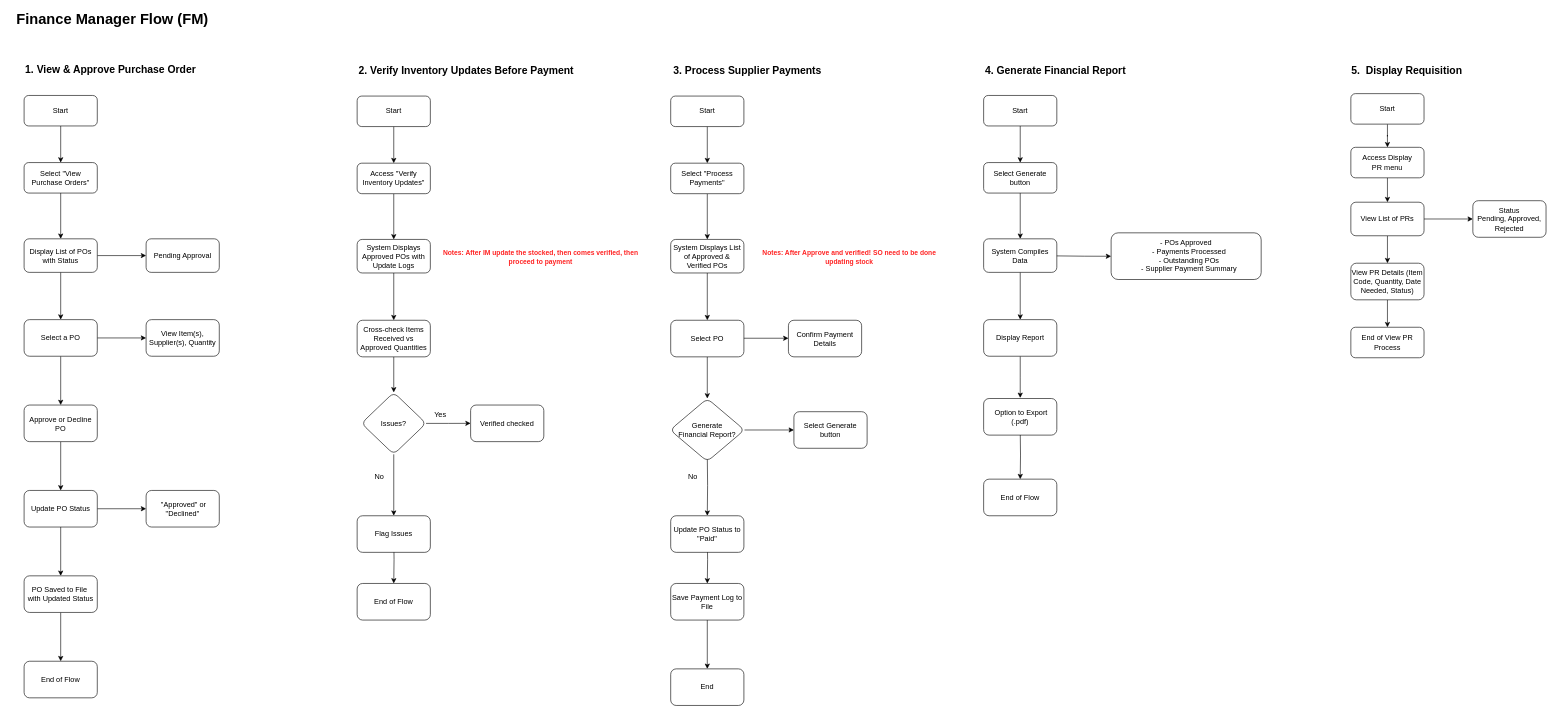
Above: diagram/financeManagerRole.drawio in weiiilunnnn/OWSB (draw.io), before the change. Source tidied: cells renumbered, new cells numbered last; positions are measured from the earlier drawing's top-left corner, leaving out a move shared by most shapes. Both pictures are drawn from the tidied source at 61%, with x=0, y=0 at pixel (10, 10).
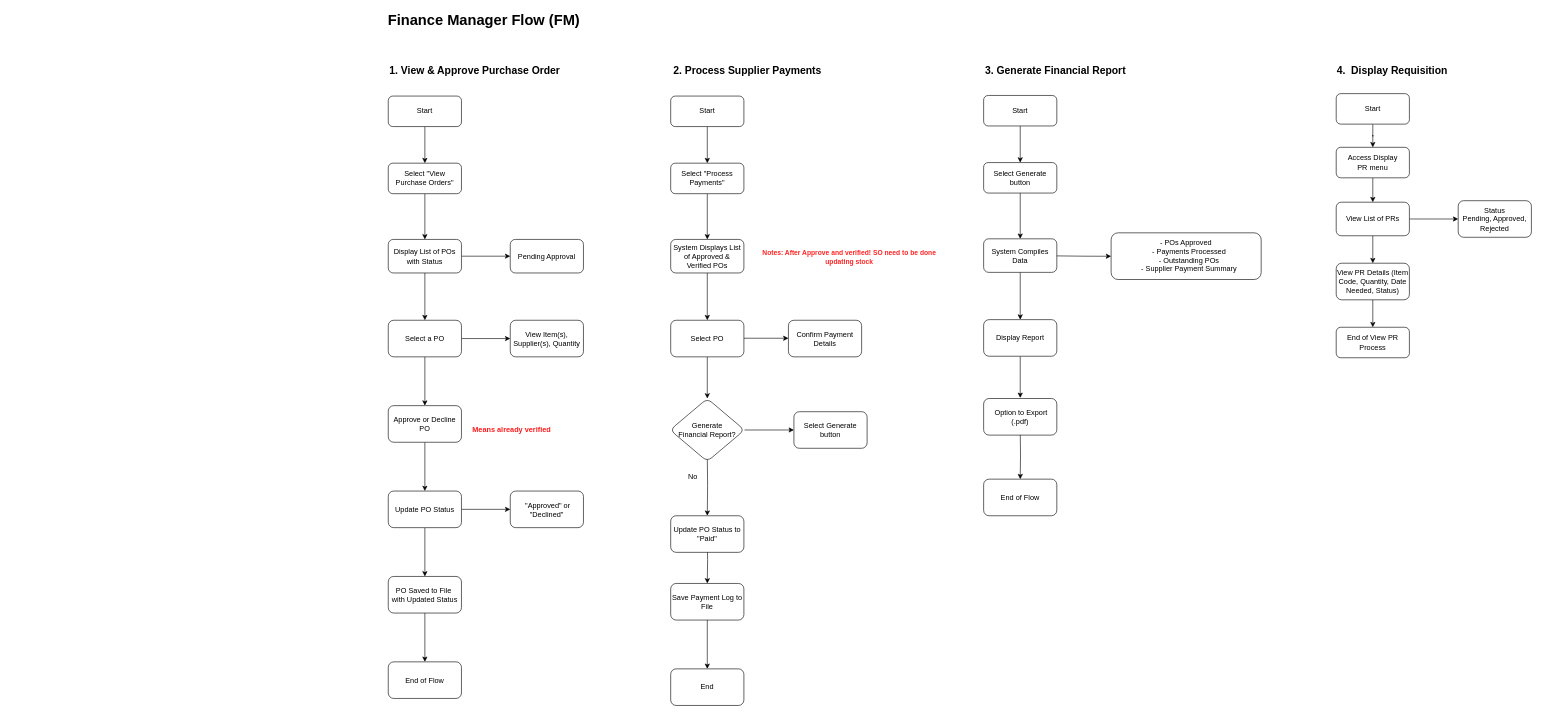
Above is the later version.

What changed in the source:
```diff
@@
     <mxCell id="2" value="Finance Manager Flow (FM)" style="text;html=1;align=center;verticalAlign=middle;whiteSpace=wrap;rounded=0;fontSize=24;fontStyle=1;" parent="1" vertex="1">
-      <mxGeometry width="334" height="30" as="geometry" />
+      <mxGeometry x="609" y="1" width="334" height="30" as="geometry" />
     </mxCell>
     <mxCell id="3" value="1. View &amp;amp; Approve Purchase Order" style="text;html=1;align=center;verticalAlign=middle;whiteSpace=wrap;rounded=0;fontSize=17;fontStyle=1;" parent="1" vertex="1">
-      <mxGeometry x="14" y="83" width="300" height="30" as="geometry" />
+      <mxGeometry x="611" y="84" width="300" height="30" as="geometry" />
     </mxCell>
@@
     <mxCell id="5" value="Start" style="rounded=1;whiteSpace=wrap;html=1;" parent="1" vertex="1">
-      <mxGeometry x="22" y="139" width="120" height="50" as="geometry" />
+      <mxGeometry x="619" y="140" width="120" height="50" as="geometry" />
     </mxCell>
@@
     <mxCell id="7" value="Select &quot;View Purchase Orders&quot;" style="whiteSpace=wrap;html=1;rounded=1;" parent="1" vertex="1">
-      <mxGeometry x="22" y="249" width="120" height="50" as="geometry" />
+      <mxGeometry x="619" y="250" width="120" height="50" as="geometry" />
     </mxCell>
@@
     <mxCell id="10" value="Display List of POs with Status" style="whiteSpace=wrap;html=1;rounded=1;" parent="1" vertex="1">
-      <mxGeometry x="22" y="374" width="120" height="55" as="geometry" />
+      <mxGeometry x="619" y="375" width="120" height="55" as="geometry" />
     </mxCell>
     <mxCell id="11" value="Pending Approval" style="whiteSpace=wrap;html=1;rounded=1;" parent="1" vertex="1">
-      <mxGeometry x="222" y="374" width="120" height="55" as="geometry" />
+      <mxGeometry x="819" y="375" width="120" height="55" as="geometry" />
     </mxCell>
-    <mxCell id="12" value="5.&amp;nbsp; Display Requisition" style="text;html=1;align=center;verticalAlign=middle;whiteSpace=wrap;rounded=0;fontSize=17;fontStyle=1;" parent="1" vertex="1">
-      <mxGeometry x="2134" y="84" width="310" height="30" as="geometry" />
+    <mxCell id="12" value="4.&amp;nbsp; Display Requisition" style="text;html=1;align=center;verticalAlign=middle;whiteSpace=wrap;rounded=0;fontSize=17;fontStyle=1;" parent="1" vertex="1">
+      <mxGeometry x="2110" y="84" width="310" height="30" as="geometry" />
     </mxCell>
@@
     <mxCell id="14" value="Start" style="rounded=1;whiteSpace=wrap;html=1;" parent="1" vertex="1">
-      <mxGeometry x="2197" y="136" width="120" height="50" as="geometry" />
+      <mxGeometry x="2173" y="136" width="120" height="50" as="geometry" />
     </mxCell>
@@
     <mxCell id="16" value="Access Display PR&lt;span style=&quot;background-color: transparent;&quot;&gt;&amp;nbsp;m&lt;/span&gt;&lt;span style=&quot;background-color: transparent;&quot;&gt;enu&lt;/span&gt;" style="whiteSpace=wrap;html=1;rounded=1;" parent="1" vertex="1">
-      <mxGeometry x="2197" y="224" width="120" height="50" as="geometry" />
+      <mxGeometry x="2173" y="224" width="120" height="50" as="geometry" />
     </mxCell>
@@
     <mxCell id="19" value="View List of PRs" style="whiteSpace=wrap;html=1;rounded=1;" parent="1" vertex="1">
-      <mxGeometry x="2197" y="314" width="120" height="55" as="geometry" />
+      <mxGeometry x="2173" y="314" width="120" height="55" as="geometry" />
     </mxCell>
@@
     <mxCell id="21" value="View PR Details (Item Code, Quantity, Date Needed, Status)" style="whiteSpace=wrap;html=1;rounded=1;" parent="1" vertex="1">
-      <mxGeometry x="2197" y="414" width="120" height="60" as="geometry" />
+      <mxGeometry x="2173" y="414" width="120" height="60" as="geometry" />
     </mxCell>
     <mxCell id="22" value="End of View PR Process" style="whiteSpace=wrap;html=1;rounded=1;" parent="1" vertex="1">
-      <mxGeometry x="2197" y="519" width="120" height="50" as="geometry" />
+      <mxGeometry x="2173" y="519" width="120" height="50" as="geometry" />
     </mxCell>
     <mxCell id="23" value="Status&lt;div&gt;Pending, Approved, Rejected&lt;br&gt;&lt;/div&gt;" style="whiteSpace=wrap;html=1;rounded=1;" parent="1" vertex="1">
-      <mxGeometry x="2397" y="311.5" width="120" height="60" as="geometry" />
+      <mxGeometry x="2373" y="311.5" width="120" height="60" as="geometry" />
     </mxCell>
@@
     <mxCell id="26" value="Select a PO" style="whiteSpace=wrap;html=1;rounded=1;" parent="1" vertex="1">
-      <mxGeometry x="22" y="506.5" width="120" height="60" as="geometry" />
+      <mxGeometry x="619" y="507.5" width="120" height="60" as="geometry" />
     </mxCell>
     <mxCell id="27" value="View Item(s), Supplier(s), Quantity" style="whiteSpace=wrap;html=1;rounded=1;" parent="1" vertex="1">
-      <mxGeometry x="222" y="506.5" width="120" height="60" as="geometry" />
+      <mxGeometry x="819" y="507.5" width="120" height="60" as="geometry" />
     </mxCell>
@@
     <mxCell id="29" value="Approve or Decline PO" style="whiteSpace=wrap;html=1;rounded=1;" parent="1" vertex="1">
-      <mxGeometry x="22" y="646.5" width="120" height="60" as="geometry" />
+      <mxGeometry x="619" y="647.5" width="120" height="60" as="geometry" />
     </mxCell>
@@
     <mxCell id="32" value="Update PO Status" style="whiteSpace=wrap;html=1;rounded=1;" parent="1" vertex="1">
-      <mxGeometry x="22" y="786.5" width="120" height="60" as="geometry" />
+      <mxGeometry x="619" y="787.5" width="120" height="60" as="geometry" />
     </mxCell>
     <mxCell id="33" value="&amp;nbsp;&quot;Approved&quot; or &quot;Declined&quot;" style="whiteSpace=wrap;html=1;rounded=1;" parent="1" vertex="1">
-      <mxGeometry x="222" y="786.5" width="120" height="60" as="geometry" />
+      <mxGeometry x="819" y="787.5" width="120" height="60" as="geometry" />
     </mxCell>
@@
     <mxCell id="35" value="PO Saved to File&amp;nbsp;&lt;div&gt;with Updated Status&lt;/div&gt;" style="whiteSpace=wrap;html=1;rounded=1;" parent="1" vertex="1">
-      <mxGeometry x="22" y="926.5" width="120" height="60" as="geometry" />
+      <mxGeometry x="619" y="927.5" width="120" height="60" as="geometry" />
     </mxCell>
     <mxCell id="36" value="End of Flow" style="whiteSpace=wrap;html=1;rounded=1;" parent="1" vertex="1">
-      <mxGeometry x="22" y="1066.5" width="120" height="60" as="geometry" />
+      <mxGeometry x="619" y="1067.5" width="120" height="60" as="geometry" />
     </mxCell>
-    <mxCell id="37" value="2. Verify Inventory Updates Before Payment" style="text;html=1;align=center;verticalAlign=middle;whiteSpace=wrap;rounded=0;fontSize=17;fontStyle=1;" parent="1" vertex="1">
-      <mxGeometry x="560" y="84" width="374" height="30" as="geometry" />
-    </mxCell>
-    <mxCell id="38" style="edgeStyle=orthogonalEdgeStyle;rounded=0;jettySize=auto;html=1;" parent="1" edge="1" source="39" target="41">
-      <mxGeometry relative="1" as="geometry" />
-    </mxCell>
-    <mxCell id="39" value="Start" style="rounded=1;whiteSpace=wrap;html=1;" parent="1" vertex="1">
-      <mxGeometry x="568" y="140" width="120" height="50" as="geometry" />
-    </mxCell>
-    <mxCell id="40" style="edgeStyle=orthogonalEdgeStyle;rounded=0;jettySize=auto;html=1;" parent="1" edge="1" source="41" target="43">
-      <mxGeometry relative="1" as="geometry" />
-    </mxCell>
-    <mxCell id="41" value="Access &quot;Verify Inventory Updates&quot;" style="whiteSpace=wrap;html=1;rounded=1;" parent="1" vertex="1">
-      <mxGeometry x="568" y="250" width="120" height="50" as="geometry" />
-    </mxCell>
-    <mxCell id="42" style="edgeStyle=orthogonalEdgeStyle;rounded=0;jettySize=auto;html=1;" parent="1" edge="1" source="43" target="45">
-      <mxGeometry relative="1" as="geometry" />
-    </mxCell>
-    <mxCell id="43" value="System Displays Approved POs with Update Logs" style="whiteSpace=wrap;html=1;rounded=1;" parent="1" vertex="1">
-      <mxGeometry x="568" y="375" width="120" height="55" as="geometry" />
-    </mxCell>
-    <mxCell id="44" style="edgeStyle=orthogonalEdgeStyle;rounded=0;jettySize=auto;html=1;" parent="1" edge="1" source="45" target="51">
-      <mxGeometry relative="1" as="geometry" />
-    </mxCell>
-    <mxCell id="45" value="Cross-check Items Received vs Approved Quantities" style="whiteSpace=wrap;html=1;rounded=1;" parent="1" vertex="1">
-      <mxGeometry x="568" y="507.5" width="120" height="60" as="geometry" />
-    </mxCell>
-    <mxCell id="46" style="edgeStyle=orthogonalEdgeStyle;rounded=0;jettySize=auto;html=1;" parent="1" edge="1" target="47">
-      <mxGeometry relative="1" as="geometry">
-        <mxPoint x="628" y="859" as="sourcePoint" />
-      </mxGeometry>
-    </mxCell>
-    <mxCell id="47" value="End of Flow" style="whiteSpace=wrap;html=1;rounded=1;" parent="1" vertex="1">
-      <mxGeometry x="568" y="939" width="120" height="60" as="geometry" />
-    </mxCell>
-    <mxCell id="48" value="&lt;b&gt;&lt;font style=&quot;font-size: 11px; color: rgb(255, 34, 34);&quot;&gt;Notes: After IM update the stocked, then comes verified, then proceed to payment&lt;/font&gt;&lt;/b&gt;" style="text;html=1;align=center;verticalAlign=middle;whiteSpace=wrap;rounded=0;" parent="1" vertex="1">
-      <mxGeometry x="704" y="389" width="330" height="30" as="geometry" />
-    </mxCell>
-    <mxCell id="49" style="edgeStyle=orthogonalEdgeStyle;rounded=0;jettySize=auto;html=1;" parent="1" edge="1" source="51" target="52">
-      <mxGeometry relative="1" as="geometry" />
-    </mxCell>
-    <mxCell id="50" style="edgeStyle=orthogonalEdgeStyle;rounded=0;jettySize=auto;html=1;" parent="1" edge="1" source="51" target="53">
-      <mxGeometry relative="1" as="geometry" />
-    </mxCell>
-    <mxCell id="51" value="Issues?" style="rhombus;whiteSpace=wrap;html=1;rounded=1;" parent="1" vertex="1">
-      <mxGeometry x="575" y="625.8" width="106" height="101.5" as="geometry" />
-    </mxCell>
-    <mxCell id="52" value="Verified checked" style="whiteSpace=wrap;html=1;rounded=1;" parent="1" vertex="1">
-      <mxGeometry x="754" y="646.5" width="120" height="60" as="geometry" />
-    </mxCell>
-    <mxCell id="53" value="Flag Issues" style="whiteSpace=wrap;html=1;rounded=1;" parent="1" vertex="1">
-      <mxGeometry x="568" y="828" width="120" height="60" as="geometry" />
-    </mxCell>
-    <mxCell id="54" value="Yes" style="text;html=1;align=center;verticalAlign=middle;strokeColor=none;fillColor=none;" parent="1" vertex="1">
-      <mxGeometry x="684" y="647" width="40" height="30" as="geometry" />
-    </mxCell>
-    <mxCell id="55" value="No" style="text;html=1;align=center;verticalAlign=middle;strokeColor=none;fillColor=none;" parent="1" vertex="1">
-      <mxGeometry x="584" y="749" width="40" height="30" as="geometry" />
-    </mxCell>
-    <mxCell id="56" value="3. Process Supplier Payments" style="text;html=1;align=center;verticalAlign=middle;whiteSpace=wrap;rounded=0;fontSize=17;fontStyle=1;" parent="1" vertex="1">
+    <mxCell id="56" value="2. Process Supplier Payments" style="text;html=1;align=center;verticalAlign=middle;whiteSpace=wrap;rounded=0;fontSize=17;fontStyle=1;" parent="1" vertex="1">
       <mxGeometry x="1021" y="84" width="374" height="30" as="geometry" />
     </mxCell>
@@
-    <mxCell id="91" value="4. Generate Financial Report" style="text;html=1;align=center;verticalAlign=middle;whiteSpace=wrap;rounded=0;fontSize=17;fontStyle=1;" parent="1" vertex="1">
+    <mxCell id="91" value="3. Generate Financial Report" style="text;html=1;align=center;verticalAlign=middle;whiteSpace=wrap;rounded=0;fontSize=17;fontStyle=1;" parent="1" vertex="1">
       <mxGeometry x="1526" y="85" width="374" height="30" as="geometry" />
     </mxCell>
+    <mxCell id="92" value="&lt;font style=&quot;color: rgb(255, 26, 26);&quot;&gt;Means already verified&lt;/font&gt;" style="text;html=1;align=center;verticalAlign=middle;strokeColor=none;fillColor=none;fontStyle=1;" parent="1" vertex="1">
+      <mxGeometry x="751" y="672.4" width="140" height="30" as="geometry" />
+    </mxCell>
```
